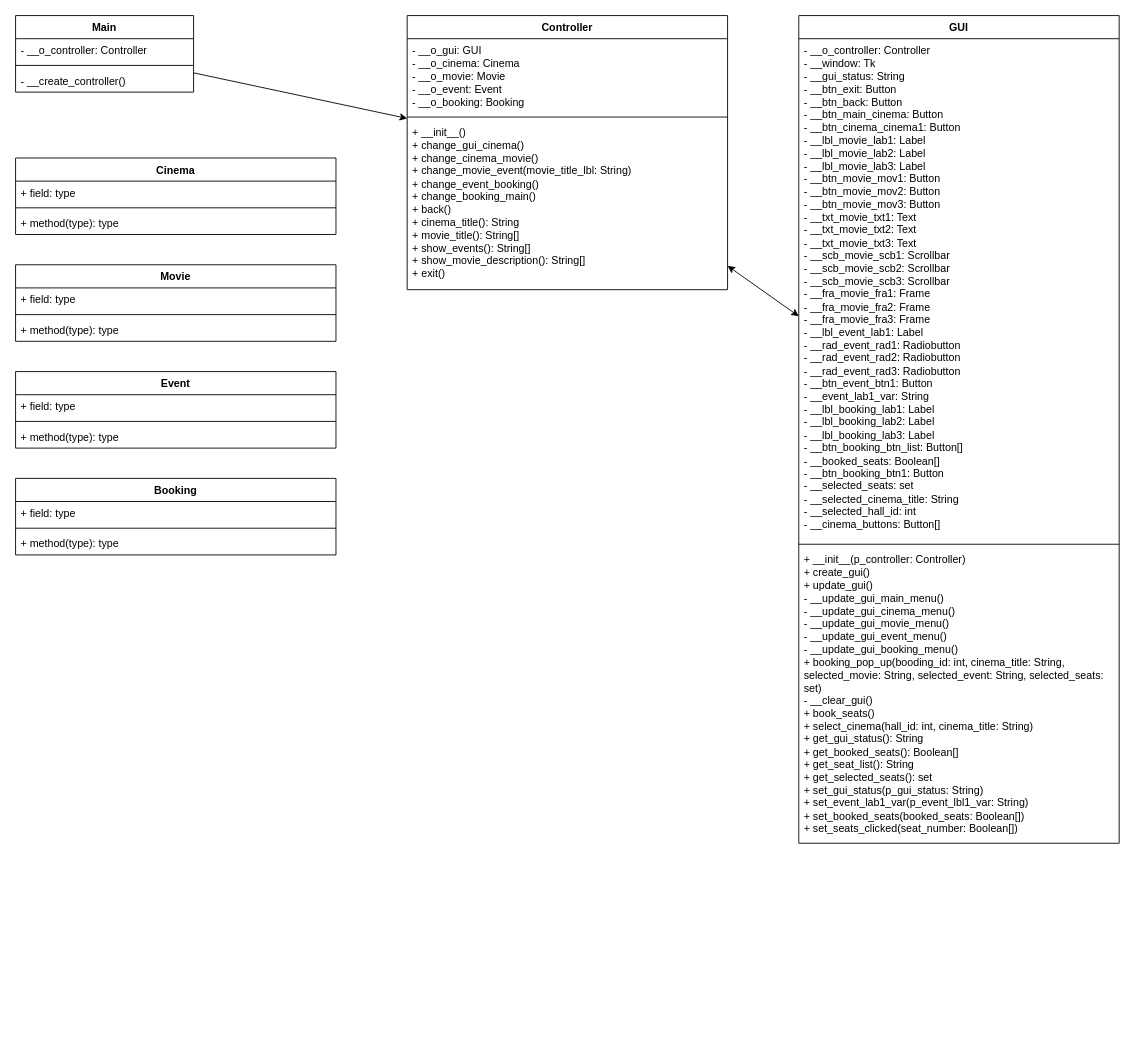
Above: Klassendiagramm Kinobuchungsprogramm.drawio in SirPatschiii/Kinobuchungsprogramm (draw.io), before the change. Source tidied: cells renumbered, new cells numbered last; positions are measured from the earlier drawing's top-left corner, leaving out a move shared by most shapes. Both pictures are drawn from the tidied source at 89%, with x=0, y=0 at pixel (15, 15).
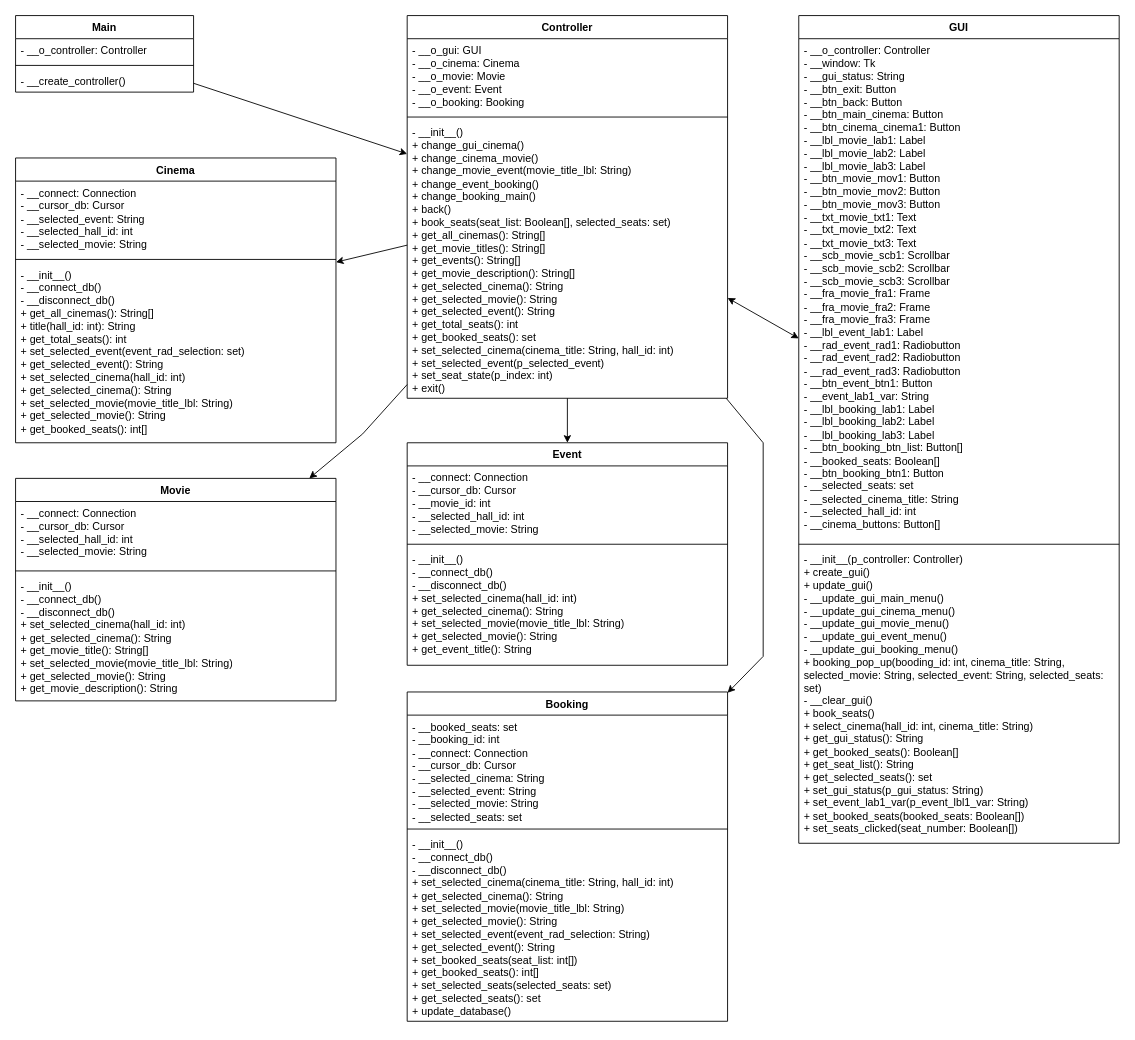
The same page after the edit.

The change refers to these unchanged cells:
```xml
<mxCell id="6" value="GUI" style="swimlane;fontStyle=1;align=center;verticalAlign=top;horizontal=1;startSize=26;whiteSpace=wrap;html=1;" parent="1" vertex="1">
  <mxGeometry x="880" width="360" height="930" as="geometry" />
</mxCell>
```

The edit, as a diff of the source:
```diff
@@
     <mxCell id="2" value="Controller" style="swimlane;fontStyle=1;align=center;verticalAlign=top;horizontal=1;startSize=26;whiteSpace=wrap;html=1;" parent="1" vertex="1">
-      <mxGeometry x="440" width="360" height="308" as="geometry" />
+      <mxGeometry x="440" width="360" height="430" as="geometry" />
     </mxCell>
@@
-    <mxCell id="5" value="+ __init__()&lt;br&gt;+ change_gui_cinema()&lt;br&gt;+ change_cinema_movie()&lt;br&gt;+ change_movie_event(movie_title_lbl: String)&lt;br&gt;+ change_event_booking()&lt;br&gt;+ change_booking_main()&lt;br&gt;+ back()&lt;br&gt;+ cinema_title(): String&lt;br&gt;+ movie_title(): String[]&lt;br&gt;+ show_events(): String[]&lt;br&gt;+ show_movie_description(): String[]&lt;br&gt;+ exit()" style="text;strokeColor=none;fillColor=none;align=left;verticalAlign=top;spacingLeft=4;spacingRight=4;overflow=hidden;whiteSpace=wrap;html=1;" parent="2" vertex="1">
-      <mxGeometry y="118" width="360" height="190" as="geometry" />
+    <mxCell id="5" value="- __init__()&lt;br&gt;+ change_gui_cinema()&lt;br&gt;+ change_cinema_movie()&lt;br&gt;+ change_movie_event(movie_title_lbl: String)&lt;br&gt;+ change_event_booking()&lt;br&gt;+ change_booking_main()&lt;br&gt;+ back()&lt;br&gt;+ book_seats(seat_list: Boolean[], selected_seats: set)&lt;br&gt;+ get_all_cinemas(): String[]&lt;br&gt;+ get_movie_titles(): String[]&lt;br&gt;+ get_events(): String[]&lt;br&gt;+ get_movie_description(): String[]&lt;br&gt;+ get_selected_cinema(): String&lt;br&gt;+ get_selected_movie(): String&lt;br&gt;+ get_selected_event(): String&lt;br&gt;+ get_total_seats(): int&lt;br&gt;+ get_booked_seats(): set&lt;br&gt;+ set_selected_cinema(cinema_title: String, hall_id: int)&lt;br&gt;+ set_selected_event(p_selected_event)&lt;br&gt;+ set_seat_state(p_index: int)&lt;br&gt;+ exit()" style="text;strokeColor=none;fillColor=none;align=left;verticalAlign=top;spacingLeft=4;spacingRight=4;overflow=hidden;whiteSpace=wrap;html=1;" parent="2" vertex="1">
+      <mxGeometry y="118" width="360" height="312" as="geometry" />
     </mxCell>
@@
-    <mxCell id="9" value="+ __init__(p_controller: Controller)&lt;br&gt;+ create_gui()&lt;br&gt;+ update_gui()&lt;br&gt;- __update_gui_main_menu()&lt;br&gt;- __update_gui_cinema_menu()&lt;br&gt;- __update_gui_movie_menu()&lt;br&gt;- __update_gui_event_menu()&lt;br&gt;- __update_gui_booking_menu()&lt;br&gt;+ booking_pop_up(booding_id: int, cinema_title: String, selected_movie: String, selected_event: String, selected_seats: set)&lt;br&gt;- __clear_gui()&lt;br&gt;+ book_seats()&lt;br&gt;+ select_cinema(hall_id: int, cinema_title: String)&lt;br&gt;+ get_gui_status(): String&lt;br&gt;+ get_booked_seats(): Boolean[]&lt;br&gt;+ get_seat_list(): String&lt;br&gt;+ get_selected_seats(): set&lt;br&gt;+ set_gui_status(p_gui_status: String)&lt;br&gt;+ set_event_lab1_var(p_event_lbl1_var: String)&lt;br&gt;+ set_booked_seats(booked_seats: Boolean[])&lt;br&gt;+ set_seats_clicked(seat_number: Boolean[])" style="text;strokeColor=none;fillColor=none;align=left;verticalAlign=top;spacingLeft=4;spacingRight=4;overflow=hidden;whiteSpace=wrap;html=1;" parent="6" vertex="1">
+    <mxCell id="9" value="- __init__(p_controller: Controller)&lt;br&gt;+ create_gui()&lt;br&gt;+ update_gui()&lt;br&gt;- __update_gui_main_menu()&lt;br&gt;- __update_gui_cinema_menu()&lt;br&gt;- __update_gui_movie_menu()&lt;br&gt;- __update_gui_event_menu()&lt;br&gt;- __update_gui_booking_menu()&lt;br&gt;+ booking_pop_up(booding_id: int, cinema_title: String, selected_movie: String, selected_event: String, selected_seats: set)&lt;br&gt;- __clear_gui()&lt;br&gt;+ book_seats()&lt;br&gt;+ select_cinema(hall_id: int, cinema_title: String)&lt;br&gt;+ get_gui_status(): String&lt;br&gt;+ get_booked_seats(): Boolean[]&lt;br&gt;+ get_seat_list(): String&lt;br&gt;+ get_selected_seats(): set&lt;br&gt;+ set_gui_status(p_gui_status: String)&lt;br&gt;+ set_event_lab1_var(p_event_lbl1_var: String)&lt;br&gt;+ set_booked_seats(booked_seats: Boolean[])&lt;br&gt;+ set_seats_clicked(seat_number: Boolean[])" style="text;strokeColor=none;fillColor=none;align=left;verticalAlign=top;spacingLeft=4;spacingRight=4;overflow=hidden;whiteSpace=wrap;html=1;" parent="6" vertex="1">
       <mxGeometry y="598" width="360" height="332" as="geometry" />
     </mxCell>
     <mxCell id="10" value="Cinema" style="swimlane;fontStyle=1;align=center;verticalAlign=top;horizontal=1;startSize=26;whiteSpace=wrap;html=1;" parent="1" vertex="1">
-      <mxGeometry y="160" width="360" height="86" as="geometry" />
+      <mxGeometry y="160" width="360" height="320" as="geometry" />
     </mxCell>
-    <mxCell id="11" value="+ field: type" style="text;strokeColor=none;fillColor=none;align=left;verticalAlign=top;spacingLeft=4;spacingRight=4;overflow=hidden;whiteSpace=wrap;html=1;" parent="10" vertex="1">
-      <mxGeometry y="26" width="360" height="26" as="geometry" />
+    <mxCell id="11" value="- __connect: Connection&lt;br&gt;- __cursor_db: Cursor&lt;br&gt;- __selected_event: String&lt;br&gt;- __selected_hall_id: int&lt;br&gt;- __selected_movie: String" style="text;strokeColor=none;fillColor=none;align=left;verticalAlign=top;spacingLeft=4;spacingRight=4;overflow=hidden;whiteSpace=wrap;html=1;" parent="10" vertex="1">
+      <mxGeometry y="26" width="360" height="84" as="geometry" />
     </mxCell>
     <mxCell id="12" style="line;strokeWidth=1;fillColor=none;align=left;verticalAlign=middle;spacingTop=-1;spacingLeft=3;spacingRight=3;labelPosition=right;strokeColor=inherit;" parent="10" vertex="1">
-      <mxGeometry y="52" width="360" height="8" as="geometry" />
+      <mxGeometry y="110" width="360" height="8" as="geometry" />
     </mxCell>
-    <mxCell id="13" value="+ method(type): type" style="text;strokeColor=none;fillColor=none;align=left;verticalAlign=top;spacingLeft=4;spacingRight=4;overflow=hidden;whiteSpace=wrap;html=1;" parent="10" vertex="1">
-      <mxGeometry y="60" width="360" height="26" as="geometry" />
+    <mxCell id="13" value="- __init__()&lt;br&gt;- __connect_db()&lt;br&gt;- __disconnect_db()&lt;br&gt;+ get_all_cinemas(): String[]&lt;br&gt;+ title(hall_id: int): String&lt;br&gt;+ get_total_seats(): int&lt;br&gt;+ set_selected_event(event_rad_selection: set)&lt;br&gt;+ get_selected_event(): String&lt;br&gt;+ set_selected_cinema(hall_id: int)&lt;br&gt;+ get_selected_cinema(): String&lt;br&gt;+ set_selected_movie(movie_title_lbl: String)&lt;br&gt;+ get_selected_movie(): String&lt;br&gt;+ get_booked_seats(): int[]" style="text;strokeColor=none;fillColor=none;align=left;verticalAlign=top;spacingLeft=4;spacingRight=4;overflow=hidden;whiteSpace=wrap;html=1;" parent="10" vertex="1">
+      <mxGeometry y="118" width="360" height="202" as="geometry" />
     </mxCell>
     <mxCell id="14" value="Movie" style="swimlane;fontStyle=1;align=center;verticalAlign=top;horizontal=1;startSize=26;whiteSpace=wrap;html=1;" parent="1" vertex="1">
-      <mxGeometry y="280" width="360" height="86" as="geometry" />
+      <mxGeometry y="520" width="360" height="250" as="geometry" />
     </mxCell>
-    <mxCell id="15" value="+ field: type" style="text;strokeColor=none;fillColor=none;align=left;verticalAlign=top;spacingLeft=4;spacingRight=4;overflow=hidden;whiteSpace=wrap;html=1;" parent="14" vertex="1">
-      <mxGeometry y="26" width="360" height="26" as="geometry" />
+    <mxCell id="15" value="- __connect: Connection&lt;br&gt;- __cursor_db: Cursor&lt;br&gt;- __selected_hall_id: int&lt;br&gt;- __selected_movie: String" style="text;strokeColor=none;fillColor=none;align=left;verticalAlign=top;spacingLeft=4;spacingRight=4;overflow=hidden;whiteSpace=wrap;html=1;" parent="14" vertex="1">
+      <mxGeometry y="26" width="360" height="74" as="geometry" />
     </mxCell>
     <mxCell id="16" style="line;strokeWidth=1;fillColor=none;align=left;verticalAlign=middle;spacingTop=-1;spacingLeft=3;spacingRight=3;labelPosition=right;strokeColor=inherit;" parent="14" vertex="1">
-      <mxGeometry y="52" width="360" height="8" as="geometry" />
+      <mxGeometry y="100" width="360" height="8" as="geometry" />
     </mxCell>
-    <mxCell id="17" value="+ method(type): type" style="text;strokeColor=none;fillColor=none;align=left;verticalAlign=top;spacingLeft=4;spacingRight=4;overflow=hidden;whiteSpace=wrap;html=1;" parent="14" vertex="1">
-      <mxGeometry y="60" width="360" height="26" as="geometry" />
+    <mxCell id="17" value="- __init__()&lt;br&gt;- __connect_db()&lt;br&gt;- __disconnect_db()&lt;br&gt;+ set_selected_cinema(hall_id: int)&lt;br&gt;+ get_selected_cinema(): String&lt;br&gt;+ get_movie_title(): String[]&lt;br&gt;+ set_selected_movie(movie_title_lbl: String)&lt;br&gt;+ get_selected_movie(): String&lt;br&gt;+ get_movie_description(): String" style="text;strokeColor=none;fillColor=none;align=left;verticalAlign=top;spacingLeft=4;spacingRight=4;overflow=hidden;whiteSpace=wrap;html=1;" parent="14" vertex="1">
+      <mxGeometry y="108" width="360" height="142" as="geometry" />
     </mxCell>
     <mxCell id="18" value="Event" style="swimlane;fontStyle=1;align=center;verticalAlign=top;horizontal=1;startSize=26;whiteSpace=wrap;html=1;" parent="1" vertex="1">
-      <mxGeometry y="400" width="360" height="86" as="geometry" />
+      <mxGeometry x="440" y="480" width="360" height="250" as="geometry" />
     </mxCell>
-    <mxCell id="19" value="+ field: type" style="text;strokeColor=none;fillColor=none;align=left;verticalAlign=top;spacingLeft=4;spacingRight=4;overflow=hidden;whiteSpace=wrap;html=1;" parent="18" vertex="1">
-      <mxGeometry y="26" width="360" height="26" as="geometry" />
+    <mxCell id="19" value="- __connect: Connection&lt;br&gt;- __cursor_db: Cursor&lt;br&gt;- __movie_id: int&lt;br&gt;- __selected_hall_id: int&lt;br&gt;- __selected_movie: String" style="text;strokeColor=none;fillColor=none;align=left;verticalAlign=top;spacingLeft=4;spacingRight=4;overflow=hidden;whiteSpace=wrap;html=1;" parent="18" vertex="1">
+      <mxGeometry y="26" width="360" height="84" as="geometry" />
     </mxCell>
     <mxCell id="20" style="line;strokeWidth=1;fillColor=none;align=left;verticalAlign=middle;spacingTop=-1;spacingLeft=3;spacingRight=3;labelPosition=right;strokeColor=inherit;" parent="18" vertex="1">
-      <mxGeometry y="52" width="360" height="8" as="geometry" />
+      <mxGeometry y="110" width="360" height="8" as="geometry" />
     </mxCell>
-    <mxCell id="21" value="+ method(type): type" style="text;strokeColor=none;fillColor=none;align=left;verticalAlign=top;spacingLeft=4;spacingRight=4;overflow=hidden;whiteSpace=wrap;html=1;" parent="18" vertex="1">
-      <mxGeometry y="60" width="360" height="26" as="geometry" />
+    <mxCell id="21" value="- __init__()&lt;br&gt;- __connect_db()&lt;br&gt;- __disconnect_db()&lt;br&gt;+ set_selected_cinema(hall_id: int)&lt;br&gt;+ get_selected_cinema(): String&lt;br&gt;+ set_selected_movie(movie_title_lbl: String)&lt;br&gt;+ get_selected_movie(): String&lt;br&gt;+ get_event_title(): String" style="text;strokeColor=none;fillColor=none;align=left;verticalAlign=top;spacingLeft=4;spacingRight=4;overflow=hidden;whiteSpace=wrap;html=1;" parent="18" vertex="1">
+      <mxGeometry y="118" width="360" height="132" as="geometry" />
     </mxCell>
     <mxCell id="22" value="Booking" style="swimlane;fontStyle=1;align=center;verticalAlign=top;horizontal=1;startSize=26;whiteSpace=wrap;html=1;rotation=0;" parent="1" vertex="1">
-      <mxGeometry y="520" width="360" height="86" as="geometry" />
+      <mxGeometry x="440" y="760" width="360" height="370" as="geometry" />
     </mxCell>
-    <mxCell id="23" value="+ field: type" style="text;strokeColor=none;fillColor=none;align=left;verticalAlign=top;spacingLeft=4;spacingRight=4;overflow=hidden;whiteSpace=wrap;html=1;rotation=0;" parent="22" vertex="1">
-      <mxGeometry y="26" width="360" height="26" as="geometry" />
+    <mxCell id="23" value="- __booked_seats: set&lt;br&gt;- __booking_id: int&lt;br&gt;- __connect: Connection&lt;br&gt;- __cursor_db: Cursor&lt;br&gt;- __selected_cinema: String&lt;br&gt;- __selected_event: String&lt;br&gt;- __selected_movie: String&lt;br&gt;- __selected_seats: set" style="text;strokeColor=none;fillColor=none;align=left;verticalAlign=top;spacingLeft=4;spacingRight=4;overflow=hidden;whiteSpace=wrap;html=1;rotation=0;" parent="22" vertex="1">
+      <mxGeometry y="26" width="360" height="124" as="geometry" />
     </mxCell>
     <mxCell id="24" style="line;strokeWidth=1;fillColor=none;align=left;verticalAlign=middle;spacingTop=-1;spacingLeft=3;spacingRight=3;labelPosition=right;strokeColor=inherit;rotation=0;" parent="22" vertex="1">
-      <mxGeometry y="52" width="360" height="8" as="geometry" />
+      <mxGeometry y="150" width="360" height="8" as="geometry" />
     </mxCell>
-    <mxCell id="25" value="+ method(type): type" style="text;strokeColor=none;fillColor=none;align=left;verticalAlign=top;spacingLeft=4;spacingRight=4;overflow=hidden;whiteSpace=wrap;html=1;rotation=0;" parent="22" vertex="1">
-      <mxGeometry y="60" width="360" height="26" as="geometry" />
+    <mxCell id="25" value="- __init__()&lt;br&gt;- __connect_db()&lt;br&gt;- __disconnect_db()&lt;br&gt;+ set_selected_cinema(cinema_title: String, hall_id: int)&lt;br&gt;+ get_selected_cinema(): String&lt;br&gt;+ set_selected_movie(movie_title_lbl: String)&lt;br&gt;+ get_selected_movie(): String&lt;br&gt;+ set_selected_event(event_rad_selection: String)&lt;br&gt;+ get_selected_event(): String&lt;br&gt;+ set_booked_seats(seat_list: int[])&lt;br&gt;+ get_booked_seats(): int[]&lt;br&gt;+ set_selected_seats(selected_seats: set)&lt;br&gt;+ get_selected_seats(): set&lt;br&gt;+ update_database()" style="text;strokeColor=none;fillColor=none;align=left;verticalAlign=top;spacingLeft=4;spacingRight=4;overflow=hidden;whiteSpace=wrap;html=1;rotation=0;" parent="22" vertex="1">
+      <mxGeometry y="158" width="360" height="212" as="geometry" />
     </mxCell>
@@
+    <mxCell id="32" style="endArrow=classic;html=1;rounded=0;" parent="1" edge="1" source="2" target="10">
+      <mxGeometry relative="1" as="geometry" />
+    </mxCell>
+    <mxCell id="33" style="endArrow=classic;html=1;rounded=0;" parent="1" edge="1" source="2" target="14">
+      <mxGeometry relative="1" as="geometry">
+        <Array as="points">
+          <mxPoint x="390" y="470" />
+        </Array>
+      </mxGeometry>
+    </mxCell>
+    <mxCell id="34" style="endArrow=classic;html=1;rounded=0;" parent="1" edge="1" source="2" target="22">
+      <mxGeometry relative="1" as="geometry">
+        <Array as="points">
+          <mxPoint x="840" y="480" />
+          <mxPoint x="840" y="720" />
+        </Array>
+      </mxGeometry>
+    </mxCell>
+    <mxCell id="35" style="endArrow=classic;html=1;rounded=0;" parent="1" edge="1" source="2" target="18">
+      <mxGeometry relative="1" as="geometry" />
+    </mxCell>
```
